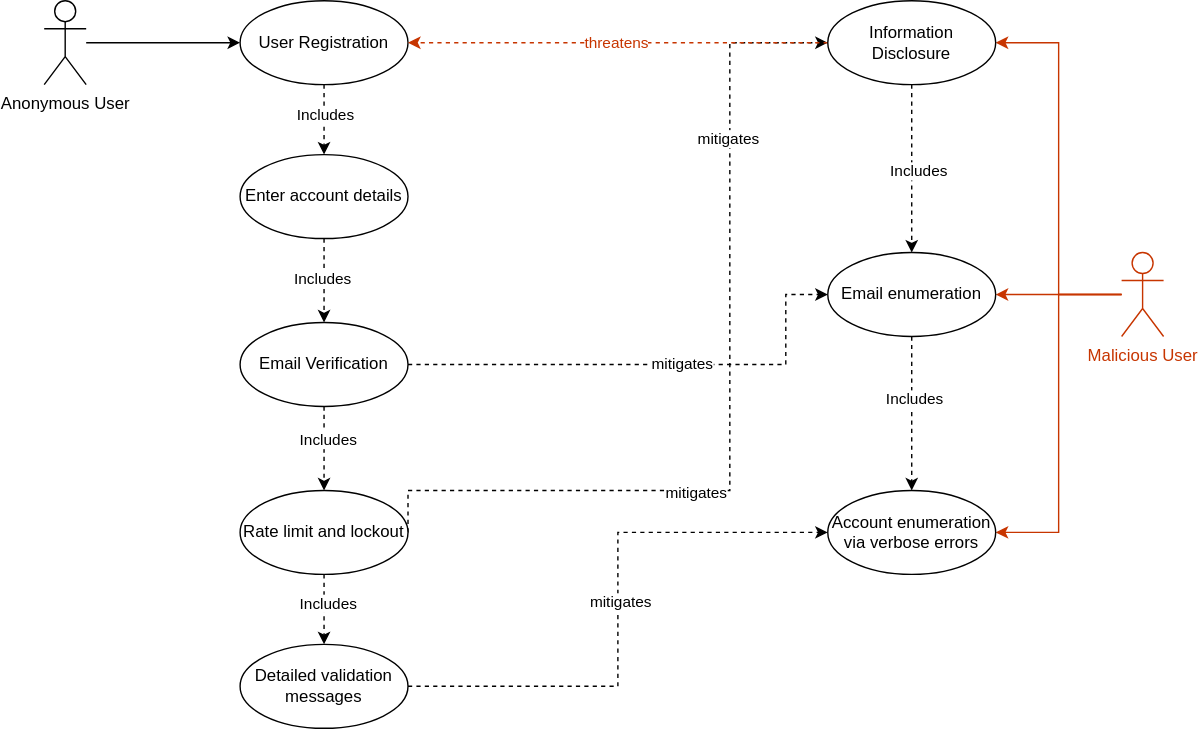
mei-desofs/desofs2026-thu_crr_1 keeps this draw.io diagram as docs/abuse-cases/diogo1221223/images/Register_Unauthenticated_User-v2.drawio.svg. Above is the earlier version. Source tidied: cells renumbered, new cells last; positions are measured from the earlier drawing's top-left corner, leaving out a move shared by most shapes.
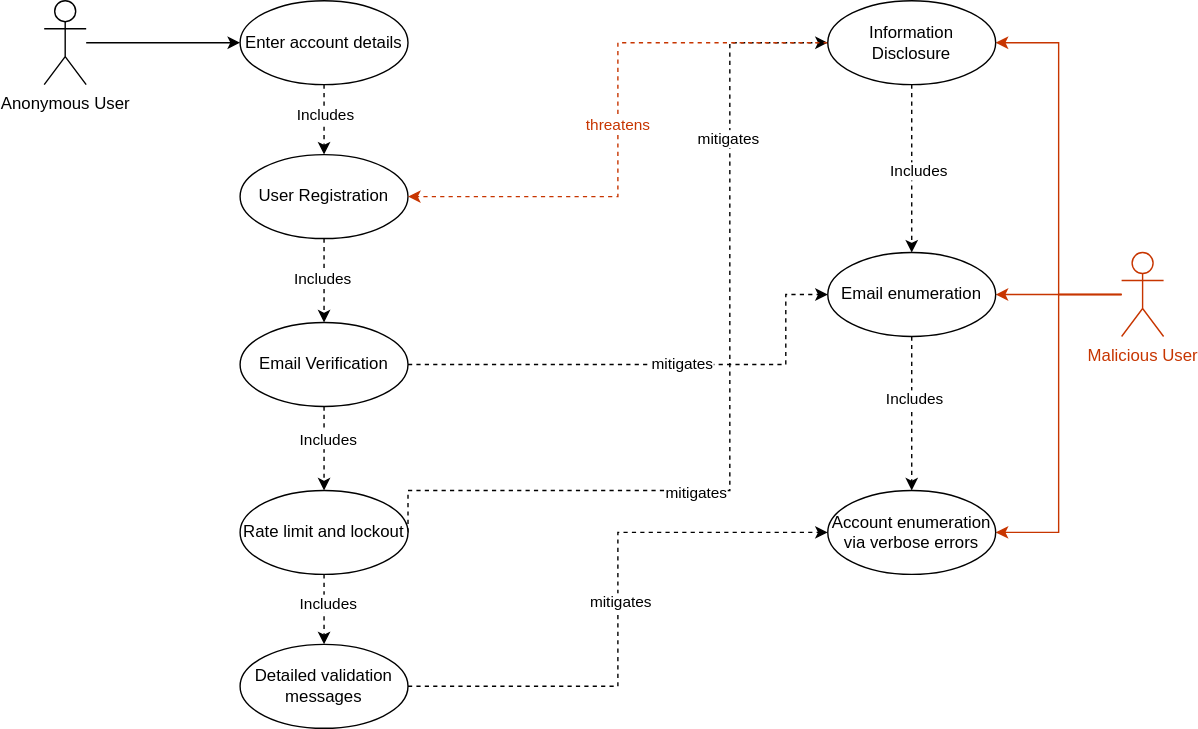
Later version of the same file.

Commit message:
fix: abuse cases (#59)

Change to the diagram source:
```diff
@@ -26,7 +26,7 @@
     <mxCell id="9" value="Includes" style="edgeLabel;html=1;align=center;verticalAlign=middle;" parent="8" vertex="1">
       <mxGeometry x="-0.14" relative="1" as="geometry" />
     </mxCell>
-    <mxCell id="10" value="User Registration" style="ellipse;whiteSpace=wrap;html=1;fillColor=light-dark(#FFFFFF,#3399FF);strokeColor=light-dark(#000000,#000000);fontColor=light-dark(#000000,#000000);" parent="1" vertex="1">
+    <mxCell id="10" value="Enter account details" style="ellipse;whiteSpace=wrap;html=1;fillColor=light-dark(#FFFFFF,#3399FF);strokeColor=light-dark(#000000,#000000);fontColor=light-dark(#000000,#000000);" parent="1" vertex="1">
       <mxGeometry x="140" width="120" height="60" as="geometry" />
     </mxCell>
     <mxCell id="11" style="edgeStyle=orthogonalEdgeStyle;rounded=0;jettySize=auto;html=1;dashed=1;" parent="1" edge="1" source="13" target="18">
@@ -35,7 +35,7 @@
     <mxCell id="12" value="Includes" style="edgeLabel;html=1;align=center;verticalAlign=middle;" parent="11" vertex="1">
       <mxGeometry x="-0.07" y="-2" relative="1" as="geometry" />
     </mxCell>
-    <mxCell id="13" value="Enter account details" style="ellipse;whiteSpace=wrap;html=1;fillColor=light-dark(#FFFFFF,#3399FF);strokeColor=light-dark(#000000,#000000);fontColor=light-dark(#000000,#000000);" parent="1" vertex="1">
+    <mxCell id="13" value="User Registration" style="ellipse;whiteSpace=wrap;html=1;fillColor=light-dark(#FFFFFF,#3399FF);strokeColor=light-dark(#000000,#000000);fontColor=light-dark(#000000,#000000);" parent="1" vertex="1">
       <mxGeometry x="140" y="110" width="120" height="60" as="geometry" />
     </mxCell>
     <mxCell id="14" style="edgeStyle=orthogonalEdgeStyle;rounded=0;jettySize=auto;html=1;dashed=1;entryX=0.5;entryY=0;entryDx=0;entryDy=0;" parent="1" edge="1" source="18" target="28">
@@ -100,7 +100,7 @@
     <mxCell id="30" value="Includes" style="edgeLabel;html=1;align=center;verticalAlign=middle;" parent="29" vertex="1">
       <mxGeometry x="0.02" y="4" relative="1" as="geometry" />
     </mxCell>
-    <mxCell id="31" style="edgeStyle=orthogonalEdgeStyle;rounded=0;jettySize=auto;html=1;entryX=1;entryY=0.5;entryDx=0;entryDy=0;dashed=1;strokeColor=light-dark(#C73500,#FF0000);" parent="1" edge="1" source="33" target="10">
+    <mxCell id="31" style="edgeStyle=orthogonalEdgeStyle;rounded=0;jettySize=auto;html=1;entryX=1;entryY=0.5;entryDx=0;entryDy=0;dashed=1;strokeColor=light-dark(#C73500,#FF0000);" parent="1" edge="1" source="33" target="13">
       <mxGeometry relative="1" as="geometry" />
     </mxCell>
     <mxCell id="32" value="threatens" style="edgeLabel;html=1;align=center;verticalAlign=middle;fontColor=light-dark(#C73500,#FF0000);" parent="31" vertex="1">
```
